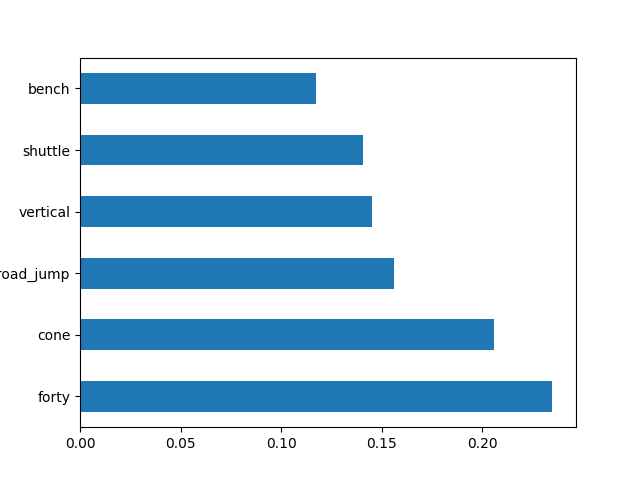
Above: decisiontree.png in lagisreal89/combine (Graphviz), before the change. Its source is kept beside it as decisiontree.dot.
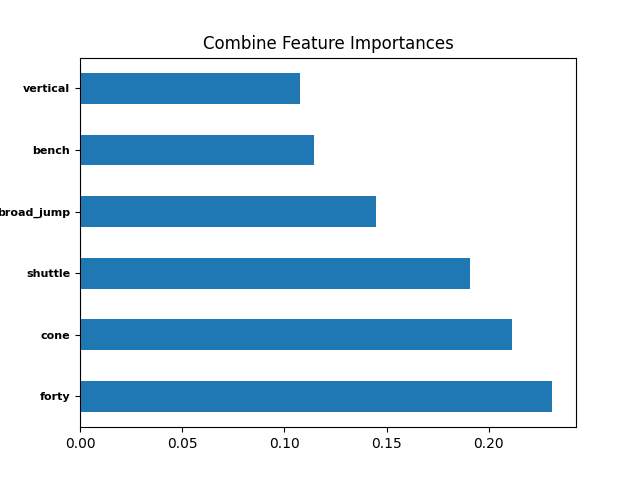
The same diagram one commit later.

Diff of the diagram source:
```diff
@@ -1,65 +1,141 @@
 digraph Tree {
 node [shape=box, style="filled, rounded", color="black", fontname="helvetica"] ;
 edge [fontname="helvetica"] ;
-0 [label="bench <= 20.5\ngini = 0.448\nsamples = 1929\nvalue = [654, 1275]", fillcolor="#9fcff2"] ;
-1 [label="forty <= 4.485\ngini = 0.485\nsamples = 930\nvalue = [385, 545]", fillcolor="#c5e2f7"] ;
+0 [label="bench <= 21.5\ngini = 0.45\nsamples = 1929\nvalue = [659, 1270]", fillcolor="#a0d0f2"] ;
+1 [label="forty <= 4.565\ngini = 0.484\nsamples = 1036\nvalue = [425, 611]", fillcolor="#c3e1f7"] ;
 0 -> 1 [labeldistance=2.5, labelangle=45, headlabel="True"] ;
-3 [label="vertical <= 35.75\ngini = 0.32\nsamples = 220\nvalue = [44, 176]", fillcolor="#6ab6ec"] ;
+3 [label="shuttle <= 4.415\ngini = 0.387\nsamples = 423\nvalue = [111, 312]", fillcolor="#7fc0ee"] ;
 1 -> 3 ;
-11 [label="gini = 0.417\nsamples = 91\nvalue = [27, 64]", fillcolor="#8dc6f0"] ;
+11 [label="forty <= 4.455\ngini = 0.36\nsamples = 382\nvalue = [90, 292]", fillcolor="#76bbed"] ;
 3 -> 11 ;
-12 [label="gini = 0.229\nsamples = 129\nvalue = [17, 112]", fillcolor="#57ace9"] ;
+21 [label="bench <= 12.5\ngini = 0.242\nsamples = 142\nvalue = [20, 122]", fillcolor="#59ade9"] ;
+11 -> 21 ;
+29 [label="gini = 0.415\nsamples = 34\nvalue = [10, 24]", fillcolor="#8bc6f0"] ;
+21 -> 29 ;
+30 [label="shuttle <= 4.24\ngini = 0.168\nsamples = 108\nvalue = [10, 98]", fillcolor="#4da7e8"] ;
+21 -> 30 ;
+67 [label="gini = 0.105\nsamples = 72\nvalue = [4, 68]", fillcolor="#45a3e7"] ;
+30 -> 67 ;
+68 [label="gini = 0.278\nsamples = 36\nvalue = [6, 30]", fillcolor="#61b1ea"] ;
+30 -> 68 ;
+22 [label="shuttle <= 4.055\ngini = 0.413\nsamples = 240\nvalue = [70, 170]", fillcolor="#8bc5f0"] ;
+11 -> 22 ;
+41 [label="gini = 0.245\nsamples = 28\nvalue = [4, 24]", fillcolor="#5aade9"] ;
+22 -> 41 ;
+42 [label="shuttle <= 4.335\ngini = 0.429\nsamples = 212\nvalue = [66, 146]", fillcolor="#93c9f1"] ;
+22 -> 42 ;
+45 [label="bench <= 11.5\ngini = 0.446\nsamples = 179\nvalue = [60.0, 119.0]", fillcolor="#9dcef2"] ;
+42 -> 45 ;
+61 [label="gini = 0.38\nsamples = 51\nvalue = [13, 38]", fillcolor="#7dbfee"] ;
+45 -> 61 ;
+62 [label="broad_jump <= 124.5\ngini = 0.465\nsamples = 128\nvalue = [47, 81]", fillcolor="#acd6f4"] ;
+45 -> 62 ;
+63 [label="cone <= 6.905\ngini = 0.481\nsamples = 102\nvalue = [41, 61]", fillcolor="#bedff6"] ;
+62 -> 63 ;
+65 [label="gini = 0.427\nsamples = 42\nvalue = [13, 29]", fillcolor="#92c9f1"] ;
+63 -> 65 ;
+66 [label="gini = 0.498\nsamples = 60\nvalue = [28, 32]", fillcolor="#e6f3fc"] ;
+63 -> 66 ;
+64 [label="gini = 0.355\nsamples = 26\nvalue = [6, 20]", fillcolor="#74baed"] ;
+62 -> 64 ;
+46 [label="gini = 0.298\nsamples = 33\nvalue = [6, 27]", fillcolor="#65b3eb"] ;
+42 -> 46 ;
+12 [label="gini = 0.5\nsamples = 41\nvalue = [21, 20]", fillcolor="#fef9f6"] ;
 3 -> 12 ;
-4 [label="broad_jump <= 118.5\ngini = 0.499\nsamples = 710\nvalue = [341, 369]", fillcolor="#f0f8fd"] ;
+4 [label="shuttle <= 4.085\ngini = 0.5\nsamples = 613\nvalue = [314, 299]", fillcolor="#fef9f6"] ;
 1 -> 4 ;
-5 [label="bench <= 15.5\ngini = 0.493\nsamples = 445\nvalue = [249.0, 196.0]", fillcolor="#f9e4d5"] ;
-4 -> 5 ;
-9 [label="gini = 0.457\nsamples = 156\nvalue = [101.0, 55.0]", fillcolor="#f3c6a5"] ;
-5 -> 9 ;
-10 [label="cone <= 7.16\ngini = 0.5\nsamples = 289\nvalue = [148, 141]", fillcolor="#fef9f6"] ;
-5 -> 10 ;
-13 [label="gini = 0.487\nsamples = 107\nvalue = [45.0, 62.0]", fillcolor="#c9e4f8"] ;
-10 -> 13 ;
-14 [label="forty <= 4.985\ngini = 0.491\nsamples = 182\nvalue = [103, 79]", fillcolor="#f9e2d1"] ;
-10 -> 14 ;
-29 [label="gini = 0.476\nsamples = 92\nvalue = [56, 36]", fillcolor="#f6d2b8"] ;
-14 -> 29 ;
-30 [label="gini = 0.499\nsamples = 90\nvalue = [47, 43]", fillcolor="#fdf4ee"] ;
-14 -> 30 ;
-6 [label="bench <= 14.5\ngini = 0.453\nsamples = 265\nvalue = [92, 173]", fillcolor="#a2d1f3"] ;
-4 -> 6 ;
-21 [label="gini = 0.481\nsamples = 109\nvalue = [44, 65]", fillcolor="#bfdff7"] ;
-6 -> 21 ;
-22 [label="gini = 0.426\nsamples = 156\nvalue = [48, 108]", fillcolor="#91c9f1"] ;
-6 -> 22 ;
-2 [label="cone <= 7.885\ngini = 0.394\nsamples = 999\nvalue = [269, 730]", fillcolor="#82c1ef"] ;
+7 [label="gini = 0.285\nsamples = 29\nvalue = [5, 24]", fillcolor="#62b1ea"] ;
+4 -> 7 ;
+8 [label="vertical <= 37.75\ngini = 0.498\nsamples = 584\nvalue = [309.0, 275.0]", fillcolor="#fcf1e9"] ;
+4 -> 8 ;
+13 [label="bench <= 18.5\ngini = 0.496\nsamples = 550\nvalue = [300, 250]", fillcolor="#fbeade"] ;
+8 -> 13 ;
+15 [label="broad_jump <= 114.5\ngini = 0.481\nsamples = 321\nvalue = [192.0, 129.0]", fillcolor="#f6d6be"] ;
+13 -> 15 ;
+23 [label="cone <= 7.385\ngini = 0.435\nsamples = 153\nvalue = [104.0, 49.0]", fillcolor="#f1bc96"] ;
+15 -> 23 ;
+27 [label="gini = 0.362\nsamples = 80\nvalue = [61, 19]", fillcolor="#eda877"] ;
+23 -> 27 ;
+28 [label="gini = 0.484\nsamples = 73\nvalue = [43, 30]", fillcolor="#f7d9c3"] ;
+23 -> 28 ;
+24 [label="broad_jump <= 121.5\ngini = 0.499\nsamples = 168\nvalue = [88, 80]", fillcolor="#fdf4ed"] ;
+15 -> 24 ;
+31 [label="shuttle <= 4.345\ngini = 0.493\nsamples = 134\nvalue = [75, 59]", fillcolor="#f9e4d5"] ;
+24 -> 31 ;
+33 [label="gini = 0.467\nsamples = 94\nvalue = [59, 35]", fillcolor="#f4ccae"] ;
+31 -> 33 ;
+34 [label="gini = 0.48\nsamples = 40\nvalue = [16, 24]", fillcolor="#bddef6"] ;
+31 -> 34 ;
+32 [label="gini = 0.472\nsamples = 34\nvalue = [13, 21]", fillcolor="#b4daf5"] ;
+24 -> 32 ;
+16 [label="forty <= 5.125\ngini = 0.498\nsamples = 229\nvalue = [108, 121]", fillcolor="#eaf4fc"] ;
+13 -> 16 ;
+35 [label="forty <= 4.885\ngini = 0.5\nsamples = 156\nvalue = [80, 76]", fillcolor="#fef9f5"] ;
+16 -> 35 ;
+37 [label="forty <= 4.635\ngini = 0.491\nsamples = 109\nvalue = [47, 62]", fillcolor="#cfe7f9"] ;
+35 -> 37 ;
+39 [label="gini = 0.473\nsamples = 26\nvalue = [16, 10]", fillcolor="#f5d0b5"] ;
+37 -> 39 ;
+40 [label="gini = 0.468\nsamples = 83\nvalue = [31, 52]", fillcolor="#afd7f4"] ;
+37 -> 40 ;
+38 [label="gini = 0.418\nsamples = 47\nvalue = [33, 14]", fillcolor="#f0b68d"] ;
+35 -> 38 ;
+36 [label="gini = 0.473\nsamples = 73\nvalue = [28, 45]", fillcolor="#b4daf5"] ;
+16 -> 36 ;
+14 [label="gini = 0.389\nsamples = 34\nvalue = [9, 25]", fillcolor="#80c0ee"] ;
+8 -> 14 ;
+2 [label="cone <= 7.835\ngini = 0.387\nsamples = 893\nvalue = [234, 659]", fillcolor="#7fc0ee"] ;
 0 -> 2 [labeldistance=2.5, labelangle=-45, headlabel="False"] ;
-7 [label="forty <= 4.655\ngini = 0.367\nsamples = 837\nvalue = [203, 634]", fillcolor="#78bced"] ;
-2 -> 7 ;
-15 [label="vertical <= 36.25\ngini = 0.292\nsamples = 237\nvalue = [42, 195]", fillcolor="#64b2eb"] ;
-7 -> 15 ;
-23 [label="gini = 0.237\nsamples = 131\nvalue = [18, 113]", fillcolor="#59ade9"] ;
-15 -> 23 ;
-24 [label="gini = 0.35\nsamples = 106\nvalue = [24, 82]", fillcolor="#73baed"] ;
-15 -> 24 ;
-16 [label="vertical <= 34.25\ngini = 0.393\nsamples = 600\nvalue = [161, 439]", fillcolor="#82c1ef"] ;
-7 -> 16 ;
-17 [label="bench <= 27.5\ngini = 0.373\nsamples = 500\nvalue = [124, 376]", fillcolor="#7abdee"] ;
-16 -> 17 ;
-19 [label="forty <= 4.885\ngini = 0.399\nsamples = 341\nvalue = [94.0, 247.0]", fillcolor="#84c2ef"] ;
+5 [label="bench <= 31.5\ngini = 0.342\nsamples = 693\nvalue = [152, 541]", fillcolor="#71b9ec"] ;
+2 -> 5 ;
+17 [label="cone <= 6.975\ngini = 0.364\nsamples = 615\nvalue = [147, 468]", fillcolor="#77bced"] ;
+5 -> 17 ;
+19 [label="gini = 0.182\nsamples = 99\nvalue = [10, 89]", fillcolor="#4fa8e8"] ;
 17 -> 19 ;
-25 [label="gini = 0.356\nsamples = 134\nvalue = [31, 103]", fillcolor="#75baed"] ;
-19 -> 25 ;
-26 [label="broad_jump <= 106.5\ngini = 0.423\nsamples = 207\nvalue = [63.0, 144.0]", fillcolor="#90c8f0"] ;
-19 -> 26 ;
-27 [label="gini = 0.356\nsamples = 108\nvalue = [25, 83]", fillcolor="#75bbed"] ;
-26 -> 27 ;
-28 [label="gini = 0.473\nsamples = 99\nvalue = [38, 61]", fillcolor="#b4daf5"] ;
-26 -> 28 ;
-20 [label="gini = 0.306\nsamples = 159\nvalue = [30.0, 129.0]", fillcolor="#67b4eb"] ;
+20 [label="cone <= 7.545\ngini = 0.39\nsamples = 516\nvalue = [137, 379]", fillcolor="#81c0ee"] ;
 17 -> 20 ;
-18 [label="gini = 0.466\nsamples = 100\nvalue = [37, 63]", fillcolor="#add7f4"] ;
-16 -> 18 ;
-8 [label="gini = 0.483\nsamples = 162\nvalue = [66, 96]", fillcolor="#c1e0f7"] ;
-2 -> 8 ;
+47 [label="cone <= 7.315\ngini = 0.409\nsamples = 356\nvalue = [102.0, 254.0]", fillcolor="#89c4ef"] ;
+20 -> 47 ;
+51 [label="cone <= 7.245\ngini = 0.37\nsamples = 200\nvalue = [49, 151]", fillcolor="#79bded"] ;
+47 -> 51 ;
+57 [label="shuttle <= 4.295\ngini = 0.398\nsamples = 157\nvalue = [43.0, 114.0]", fillcolor="#84c2ef"] ;
+51 -> 57 ;
+59 [label="gini = 0.317\nsamples = 71\nvalue = [14.0, 57.0]", fillcolor="#6ab5eb"] ;
+57 -> 59 ;
+60 [label="gini = 0.447\nsamples = 86\nvalue = [29.0, 57.0]", fillcolor="#9ecff2"] ;
+57 -> 60 ;
+58 [label="gini = 0.24\nsamples = 43\nvalue = [6, 37]", fillcolor="#59ade9"] ;
+51 -> 58 ;
+52 [label="forty <= 5.125\ngini = 0.449\nsamples = 156\nvalue = [53, 103]", fillcolor="#9fcff2"] ;
+47 -> 52 ;
+53 [label="broad_jump <= 110.5\ngini = 0.477\nsamples = 125\nvalue = [49, 76]", fillcolor="#b9dcf6"] ;
+52 -> 53 ;
+55 [label="gini = 0.5\nsamples = 43\nvalue = [22, 21]", fillcolor="#fef9f6"] ;
+53 -> 55 ;
+56 [label="gini = 0.442\nsamples = 82\nvalue = [27, 55]", fillcolor="#9acdf2"] ;
+53 -> 56 ;
+54 [label="gini = 0.225\nsamples = 31\nvalue = [4, 27]", fillcolor="#56ace9"] ;
+52 -> 54 ;
+48 [label="forty <= 5.085\ngini = 0.342\nsamples = 160\nvalue = [35, 125]", fillcolor="#70b8ec"] ;
+20 -> 48 ;
+49 [label="gini = 0.146\nsamples = 63\nvalue = [5, 58]", fillcolor="#4aa5e7"] ;
+48 -> 49 ;
+50 [label="gini = 0.427\nsamples = 97\nvalue = [30, 67]", fillcolor="#92c9f1"] ;
+48 -> 50 ;
+18 [label="gini = 0.12\nsamples = 78\nvalue = [5, 73]", fillcolor="#47a4e7"] ;
+5 -> 18 ;
+6 [label="forty <= 5.345\ngini = 0.484\nsamples = 200\nvalue = [82, 118]", fillcolor="#c3e1f7"] ;
+2 -> 6 ;
+9 [label="forty <= 5.085\ngini = 0.436\nsamples = 134\nvalue = [43, 91]", fillcolor="#97cbf1"] ;
+6 -> 9 ;
+25 [label="gini = 0.497\nsamples = 28\nvalue = [15, 13]", fillcolor="#fceee5"] ;
+9 -> 25 ;
+26 [label="forty <= 5.195\ngini = 0.389\nsamples = 106\nvalue = [28, 78]", fillcolor="#80c0ee"] ;
+9 -> 26 ;
+43 [label="gini = 0.287\nsamples = 46\nvalue = [8, 38]", fillcolor="#63b2ea"] ;
+26 -> 43 ;
+44 [label="gini = 0.444\nsamples = 60\nvalue = [20, 40]", fillcolor="#9ccef2"] ;
+26 -> 44 ;
+10 [label="gini = 0.483\nsamples = 66\nvalue = [39, 27]", fillcolor="#f7d8c2"] ;
+6 -> 10 ;
 }
```
